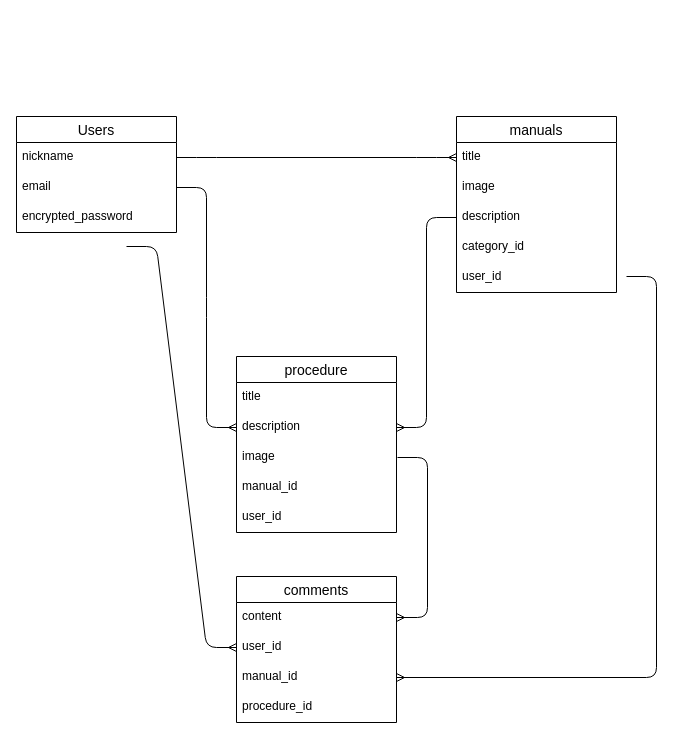
The draw.io diagram table.dio in CatAisa/manual-app, before the edit. Source tidied: cells renumbered, new cells numbered last; positions are measured from the earlier drawing's top-left corner, leaving out a move shared by most shapes. Both pictures are drawn from the tidied source at 100%, with x=0, y=0 at pixel (16, 116).
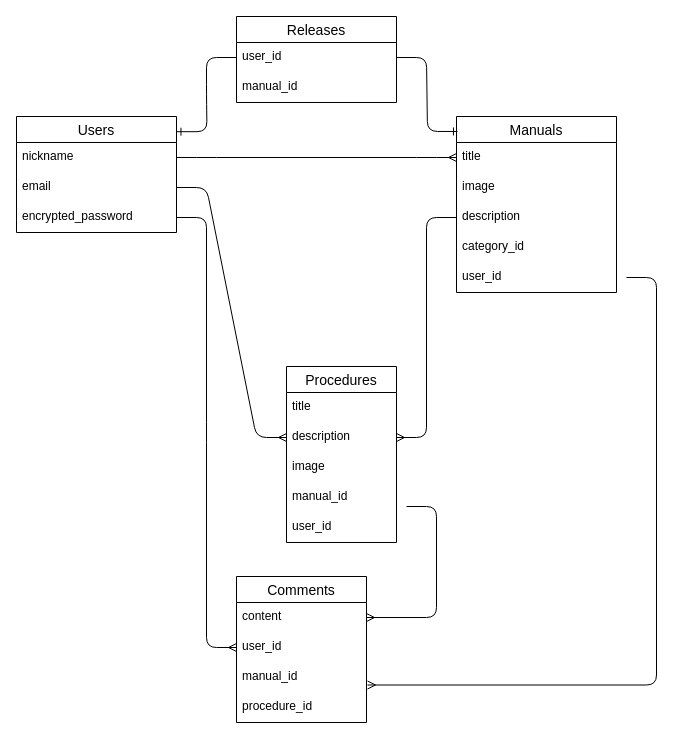
The same page after the edit.

Commit message (it also covers changes not shown here):
テーブル設計

The change refers to these unchanged cells:
```xml
<mxCell id="2" value="Users" style="swimlane;fontStyle=0;horizontal=1;startSize=26;align=center;fontSize=14;" parent="1" vertex="1">
  <mxGeometry width="160" height="116" as="geometry" />
</mxCell>
<mxCell id="5" value="encrypted_password" style="text;strokeColor=none;fillColor=none;spacingLeft=4;spacingRight=4;overflow=hidden;points=[[0,0.5],[1,0.5]];portConstraint=eastwest;fontSize=12;" parent="2" vertex="1">
  <mxGeometry y="86" width="160" height="30" as="geometry" />
</mxCell>
```

What changed in the source:
```diff
@@
-    <mxCell id="6" value="manuals" style="swimlane;fontStyle=0;horizontal=1;startSize=26;align=center;fontSize=14;" parent="1" vertex="1">
+    <mxCell id="6" value="Manuals" style="swimlane;fontStyle=0;horizontal=1;startSize=26;align=center;fontSize=14;" parent="1" vertex="1">
       <mxGeometry x="440" width="160" height="176" as="geometry" />
     </mxCell>
@@
-    <mxCell id="13" value="procedure" style="swimlane;fontStyle=0;horizontal=1;startSize=26;align=center;fontSize=14;" parent="1" vertex="1">
-      <mxGeometry x="220" y="240" width="160" height="176" as="geometry" />
+    <mxCell id="13" value="Procedures" style="swimlane;fontStyle=0;horizontal=1;startSize=26;align=center;fontSize=14;" parent="1" vertex="1">
+      <mxGeometry x="270" y="250" width="110" height="176" as="geometry" />
     </mxCell>
     <mxCell id="14" value="title" style="text;strokeColor=none;fillColor=none;spacingLeft=4;spacingRight=4;overflow=hidden;fontSize=12;" parent="13" vertex="1">
-      <mxGeometry y="26" width="160" height="30" as="geometry" />
+      <mxGeometry y="26" width="110" height="30" as="geometry" />
     </mxCell>
     <mxCell id="15" value="description" style="text;strokeColor=none;fillColor=none;spacingLeft=4;spacingRight=4;overflow=hidden;points=[[0,0.5],[1,0.5]];portConstraint=eastwest;fontSize=12;" parent="13" vertex="1">
-      <mxGeometry y="56" width="160" height="30" as="geometry" />
+      <mxGeometry y="56" width="110" height="30" as="geometry" />
     </mxCell>
     <mxCell id="16" value="image" style="text;strokeColor=none;fillColor=none;spacingLeft=4;spacingRight=4;overflow=hidden;fontSize=12;" parent="13" vertex="1">
-      <mxGeometry y="86" width="160" height="30" as="geometry" />
+      <mxGeometry y="86" width="110" height="30" as="geometry" />
     </mxCell>
     <mxCell id="17" value="manual_id" style="text;strokeColor=none;fillColor=none;spacingLeft=4;spacingRight=4;overflow=hidden;fontSize=12;" parent="13" vertex="1">
-      <mxGeometry y="116" width="160" height="30" as="geometry" />
+      <mxGeometry y="116" width="110" height="30" as="geometry" />
     </mxCell>
     <mxCell id="18" value="user_id" style="text;strokeColor=none;fillColor=none;spacingLeft=4;spacingRight=4;overflow=hidden;fontSize=12;" parent="13" vertex="1">
-      <mxGeometry y="146" width="160" height="30" as="geometry" />
+      <mxGeometry y="146" width="110" height="30" as="geometry" />
     </mxCell>
@@
-    <mxCell id="21" value="comments" style="swimlane;fontStyle=0;horizontal=1;startSize=26;align=center;fontSize=14;" parent="1" vertex="1">
-      <mxGeometry x="220" y="460" width="160" height="146" as="geometry" />
+    <mxCell id="21" value="Comments" style="swimlane;fontStyle=0;horizontal=1;startSize=26;align=center;fontSize=14;" parent="1" vertex="1">
+      <mxGeometry x="220" y="460" width="130" height="146" as="geometry" />
     </mxCell>
     <mxCell id="22" value="content" style="text;strokeColor=none;fillColor=none;spacingLeft=4;spacingRight=4;overflow=hidden;points=[[0,0.5],[1,0.5]];portConstraint=eastwest;fontSize=12;" parent="21" vertex="1">
-      <mxGeometry y="26" width="160" height="30" as="geometry" />
+      <mxGeometry y="26" width="130" height="30" as="geometry" />
     </mxCell>
     <mxCell id="23" value="user_id" style="text;strokeColor=none;fillColor=none;spacingLeft=4;spacingRight=4;overflow=hidden;points=[[0,0.5],[1,0.5]];portConstraint=eastwest;fontSize=12;" parent="21" vertex="1">
-      <mxGeometry y="56" width="160" height="30" as="geometry" />
+      <mxGeometry y="56" width="130" height="30" as="geometry" />
     </mxCell>
     <mxCell id="24" value="manual_id" style="text;strokeColor=none;fillColor=none;spacingLeft=4;spacingRight=4;overflow=hidden;points=[[0,0.5],[1,0.5]];portConstraint=eastwest;fontSize=12;" parent="21" vertex="1">
-      <mxGeometry y="86" width="160" height="30" as="geometry" />
+      <mxGeometry y="86" width="130" height="30" as="geometry" />
     </mxCell>
     <mxCell id="25" value="procedure_id" style="text;strokeColor=none;fillColor=none;spacingLeft=4;spacingRight=4;overflow=hidden;fontSize=12;" parent="21" vertex="1">
-      <mxGeometry y="116" width="160" height="30" as="geometry" />
+      <mxGeometry y="116" width="130" height="30" as="geometry" />
     </mxCell>
     <mxCell id="26" style="edgeStyle=entityRelationEdgeStyle;fontSize=12;html=1;endArrow=ERmany;entryX=1;entryY=0.5;entryDx=0;entryDy=0;" parent="1" edge="1" target="22">
       <mxGeometry relative="1" as="geometry">
-        <mxPoint x="381" y="341" as="sourcePoint" />
+        <mxPoint x="390" y="390" as="sourcePoint" />
       </mxGeometry>
     </mxCell>
-    <mxCell id="27" style="edgeStyle=entityRelationEdgeStyle;fontSize=12;html=1;endArrow=ERmany;entryX=0;entryY=0.5;entryDx=0;entryDy=0;" parent="1" edge="1" target="23">
-      <mxGeometry relative="1" as="geometry">
-        <mxPoint x="110" y="130" as="sourcePoint" />
-      </mxGeometry>
+    <mxCell id="27" style="edgeStyle=entityRelationEdgeStyle;fontSize=12;html=1;endArrow=ERmany;entryX=0;entryY=0.5;entryDx=0;entryDy=0;exitX=1;exitY=0.5;exitDx=0;exitDy=0;" parent="1" edge="1" source="5" target="23">
+      <mxGeometry relative="1" as="geometry" />
     </mxCell>
-    <mxCell id="28" style="edgeStyle=entityRelationEdgeStyle;fontSize=12;html=1;endArrow=ERmany;entryX=1;entryY=0.5;entryDx=0;entryDy=0;" parent="1" edge="1" target="24">
-      <mxGeometry relative="1" as="geometry">
-        <mxPoint x="610" y="160" as="sourcePoint" />
-      </mxGeometry>
-    </mxCell>
+    <mxCell id="29" value="Releases" style="swimlane;fontStyle=0;horizontal=1;startSize=26;align=center;fontSize=14;" parent="1" vertex="1">
+      <mxGeometry x="220" y="-100" width="160" height="86" as="geometry" />
+    </mxCell>
+    <mxCell id="30" value="user_id" style="text;strokeColor=none;fillColor=none;spacingLeft=4;spacingRight=4;overflow=hidden;points=[[0,0.5],[1,0.5]];portConstraint=eastwest;fontSize=12;" parent="29" vertex="1">
+      <mxGeometry y="26" width="160" height="30" as="geometry" />
+    </mxCell>
+    <mxCell id="31" value="manual_id" style="text;strokeColor=none;fillColor=none;spacingLeft=4;spacingRight=4;overflow=hidden;fontSize=12;" parent="29" vertex="1">
+      <mxGeometry y="56" width="160" height="30" as="geometry" />
+    </mxCell>
+    <mxCell id="32" style="edgeStyle=entityRelationEdgeStyle;fontSize=12;html=1;endArrow=ERone;endFill=1;entryX=0.006;entryY=0.085;entryDx=0;entryDy=0;entryPerimeter=0;exitX=1;exitY=0.5;exitDx=0;exitDy=0;" parent="1" edge="1" source="30" target="6">
+      <mxGeometry relative="1" as="geometry" />
+    </mxCell>
+    <mxCell id="33" style="edgeStyle=entityRelationEdgeStyle;fontSize=12;html=1;endArrow=ERone;endFill=1;entryX=1.003;entryY=0.131;entryDx=0;entryDy=0;entryPerimeter=0;exitX=0;exitY=0.5;exitDx=0;exitDy=0;" parent="1" edge="1" source="30" target="2">
+      <mxGeometry relative="1" as="geometry" />
+    </mxCell>
+    <mxCell id="34" style="edgeStyle=entityRelationEdgeStyle;fontSize=12;html=1;endArrow=ERmany;entryX=1.008;entryY=0.75;entryDx=0;entryDy=0;entryPerimeter=0;" parent="1" edge="1" target="24">
+      <mxGeometry relative="1" as="geometry">
+        <mxPoint x="610" y="161" as="sourcePoint" />
+      </mxGeometry>
+    </mxCell>
```
